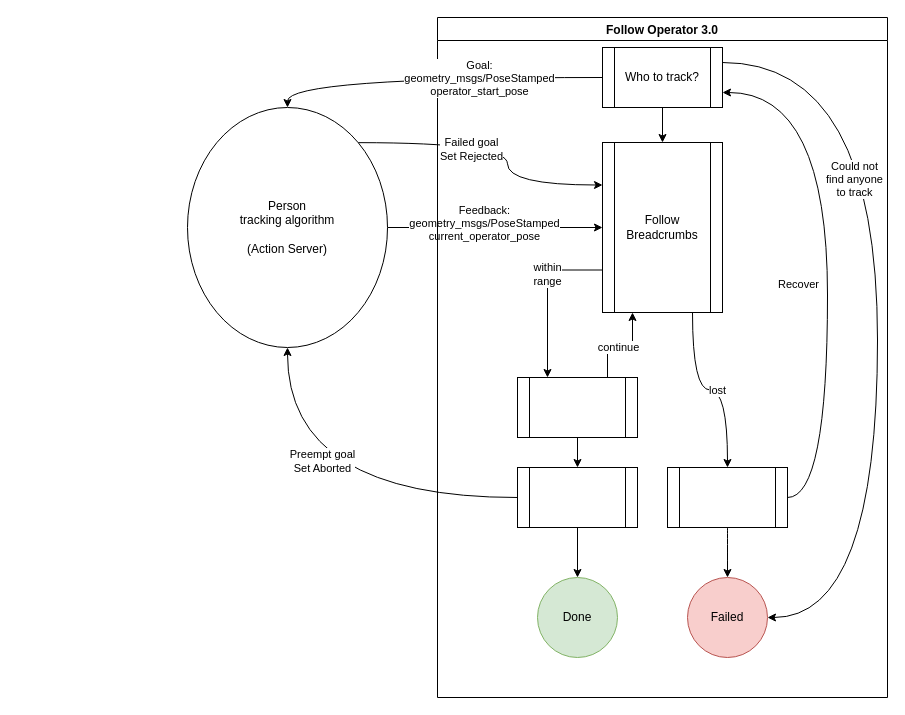
tue-robotics/tue_robocup keeps this draw.io diagram as robot_smach_states/follow_operator.drawio. Above is the earlier version. Source tidied: cells renumbered, new cells numbered last; positions are measured from the earlier drawing's top-left corner, leaving out a move shared by most shapes. Both pictures are drawn from the tidied source at 100%, with x=0, y=0 at pixel (187, 17).
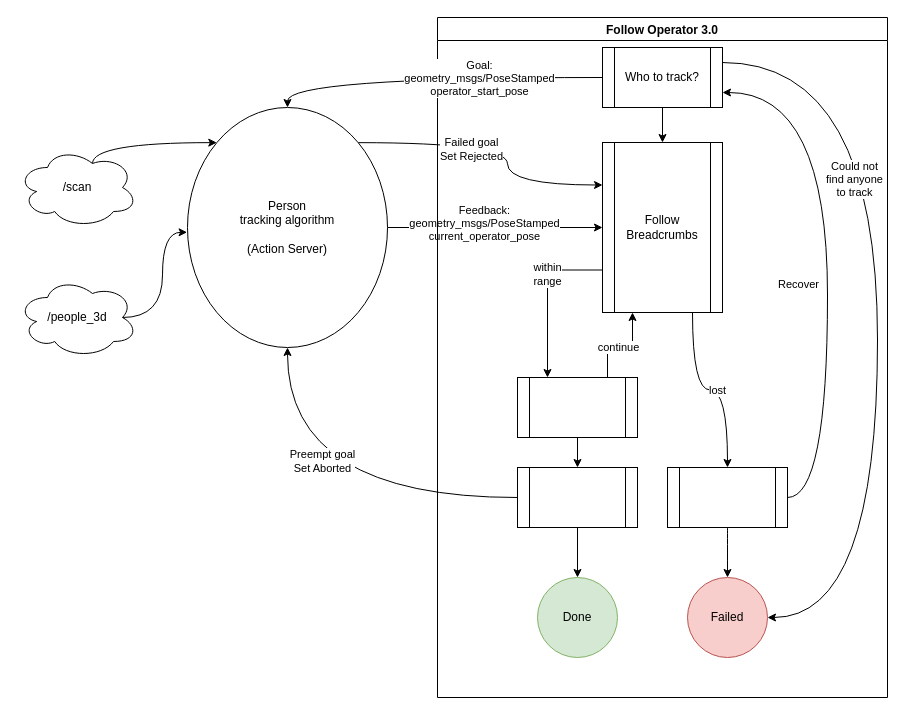
The same page after the edit.

Commit message:
feat(follow): update architecture

Unchanged cells that the change refers to:
```xml
<mxCell id="6" value="Person&lt;br&gt;tracking algorithm&lt;br&gt;&lt;br&gt;(Action Server)" style="ellipse;whiteSpace=wrap;html=1;" parent="1" vertex="1">
  <mxGeometry y="90" width="200" height="240" as="geometry" />
</mxCell>
```

Change to the diagram source:
```diff
@@
+    <mxCell id="33" style="edgeStyle=orthogonalEdgeStyle;curved=1;jettySize=auto;html=1;exitX=0.625;exitY=0.2;exitDx=0;exitDy=0;exitPerimeter=0;entryX=0;entryY=0;entryDx=0;entryDy=0;" parent="1" edge="1" source="34" target="6">
+      <mxGeometry relative="1" as="geometry">
+        <Array as="points">
+          <mxPoint x="-95" y="125" />
+        </Array>
+      </mxGeometry>
+    </mxCell>
+    <mxCell id="34" value="/scan" style="ellipse;shape=cloud;whiteSpace=wrap;html=1;" parent="1" vertex="1">
+      <mxGeometry x="-170" y="130" width="120" height="80" as="geometry" />
+    </mxCell>
+    <mxCell id="35" style="edgeStyle=orthogonalEdgeStyle;curved=1;jettySize=auto;html=1;exitX=0.875;exitY=0.5;exitDx=0;exitDy=0;exitPerimeter=0;entryX=-0.002;entryY=0.52;entryDx=0;entryDy=0;entryPerimeter=0;" parent="1" edge="1" source="36" target="6">
+      <mxGeometry relative="1" as="geometry" />
+    </mxCell>
+    <mxCell id="36" value="/people_3d" style="ellipse;shape=cloud;whiteSpace=wrap;html=1;" parent="1" vertex="1">
+      <mxGeometry x="-170" y="260" width="120" height="80" as="geometry" />
+    </mxCell>
```
